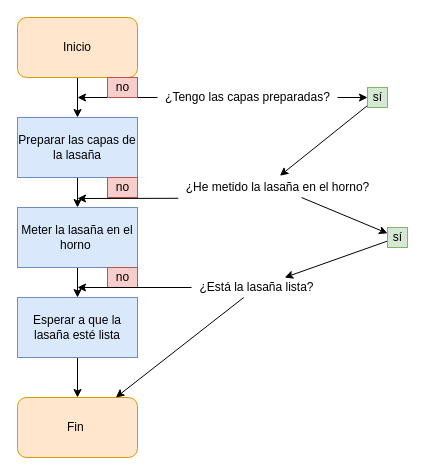
Earlier version of the draw.io diagram diagrama.drawio (maria2332/proyecto_lasaya). Source tidied: cells renumbered, new cells numbered last; positions are measured from the earlier drawing's top-left corner, leaving out a move shared by most shapes. Both pictures are drawn from the tidied source at 100%, with x=0, y=0 at pixel (17, 17).
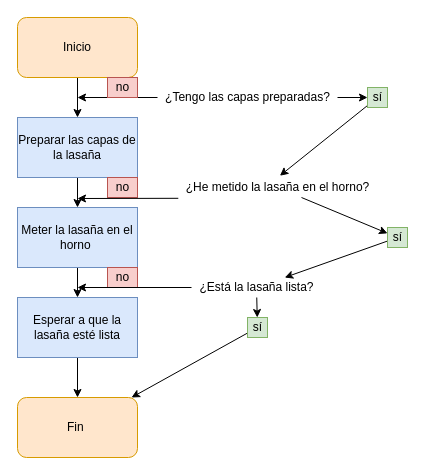
The same page after the edit.

Commit message:
lasaña terminada

Unchanged cells that the change refers to:
```xml
<mxCell id="10" value="Fin&amp;nbsp;" style="rounded=1;whiteSpace=wrap;html=1;fillColor=#ffe6cc;strokeColor=#d79b00;" parent="1" vertex="1">
  <mxGeometry y="380" width="120" height="60" as="geometry" />
</mxCell>
<mxCell id="22" value="¿Está la lasaña lista?" style="text;html=1;align=center;verticalAlign=middle;points=[];strokeColor=none;fillColor=none;" parent="1" vertex="1">
  <mxGeometry x="174" y="260" width="130" height="20" as="geometry" />
</mxCell>
```

Change to the diagram source:
```diff
@@
-    <mxCell id="21" style="edgeStyle=none;html=1;" parent="1" edge="1" source="22" target="10">
+    <mxCell id="21" style="edgeStyle=none;html=1;" parent="1" edge="1" source="28" target="10">
       <mxGeometry relative="1" as="geometry" />
     </mxCell>
+    <mxCell id="27" style="edgeStyle=none;html=1;" parent="1" edge="1" source="22" target="28">
+      <mxGeometry relative="1" as="geometry" />
+    </mxCell>
@@
+    <mxCell id="28" value="sí" style="text;html=1;align=center;verticalAlign=middle;points=[];strokeColor=#82b366;fillColor=#d5e8d4;" parent="1" vertex="1">
+      <mxGeometry x="230" y="300" width="20" height="20" as="geometry" />
+    </mxCell>
```
